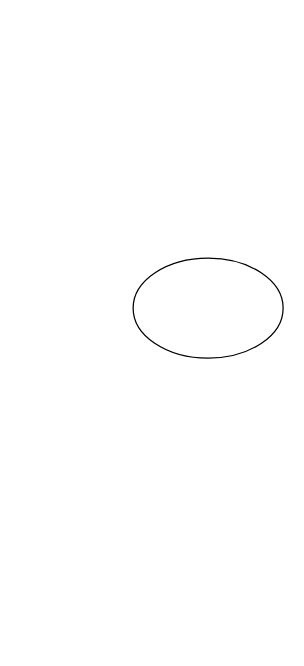
Above: Untitled Diagram.drawio in donghyeon0725/whatShouldIEatToday (draw.io), before the change. Source tidied: cells renumbered, new cells numbered last; positions are measured from the earlier drawing's top-left corner, leaving out a move shared by most shapes. Both pictures are drawn from the tidied source at 125%, with x=0, y=0 at pixel (132, 258).
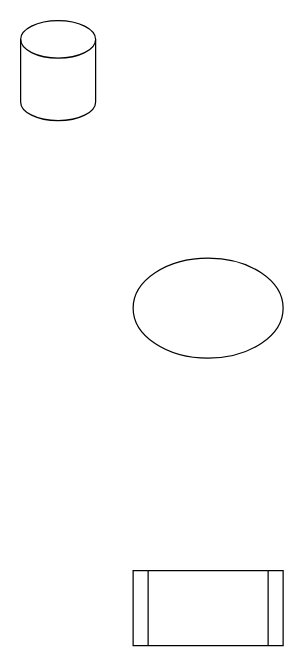
After the change.

The edit, as a diff of the source:
```diff
@@
 <mxGraphModel>
   <root>
     <mxCell id="0" />
     <mxCell id="1" parent="0" />
     <mxCell id="2" style="ellipse;whiteSpace=wrap;html=1;" parent="1" vertex="1">
       <mxGeometry width="120" height="80" as="geometry" />
     </mxCell>
+    <mxCell id="3" style="shape=cylinder3;whiteSpace=wrap;html=1;boundedLbl=1;backgroundOutline=1;size=15;" parent="1" vertex="1">
+      <mxGeometry x="-90" y="-190" width="60" height="80" as="geometry" />
+    </mxCell>
+    <mxCell id="4" style="shape=process;whiteSpace=wrap;html=1;backgroundOutline=1;" parent="1" vertex="1">
+      <mxGeometry y="250" width="120" height="60" as="geometry" />
+    </mxCell>
   </root>
 </mxGraphModel>
```
